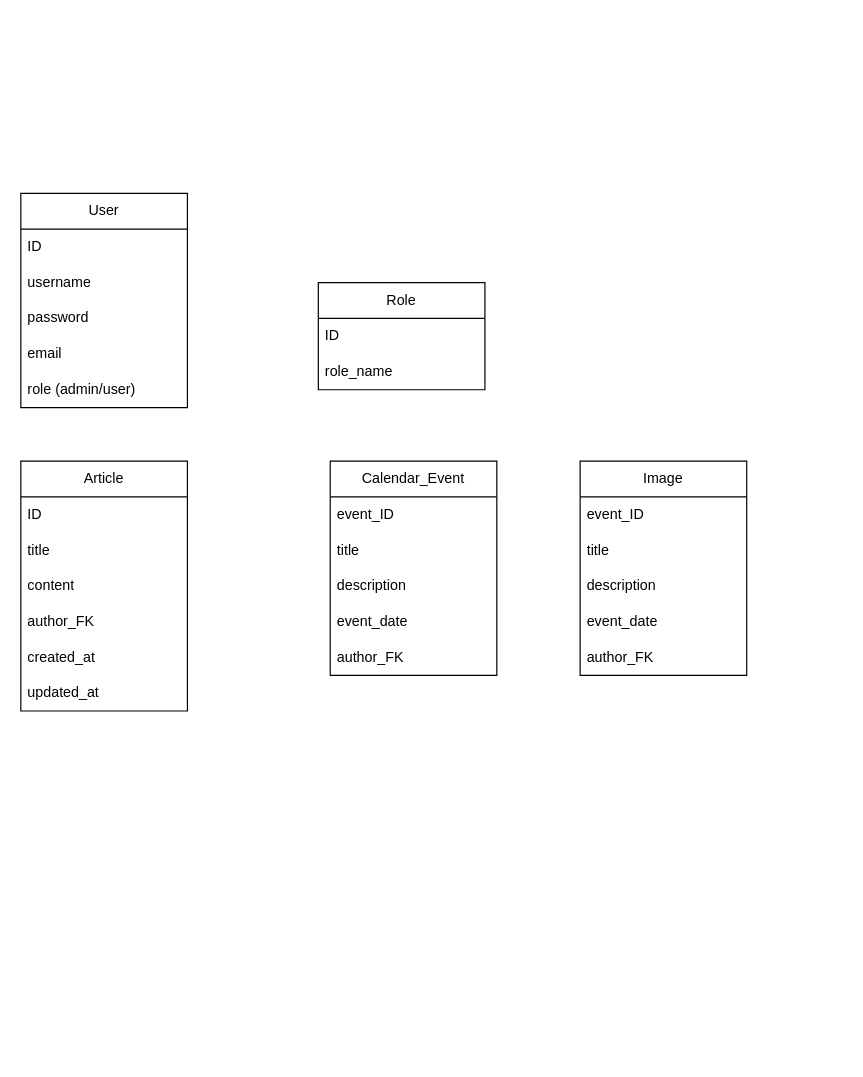
DanielFrengl/skola keeps this draw.io diagram as Diagram bez názvu.drawio. Above is the earlier version. Source tidied: cells renumbered, new cells numbered last; positions are measured from the earlier drawing's top-left corner, leaving out a move shared by most shapes. Both pictures are drawn from the tidied source at 119%, with x=0, y=0 at pixel (20, 193).
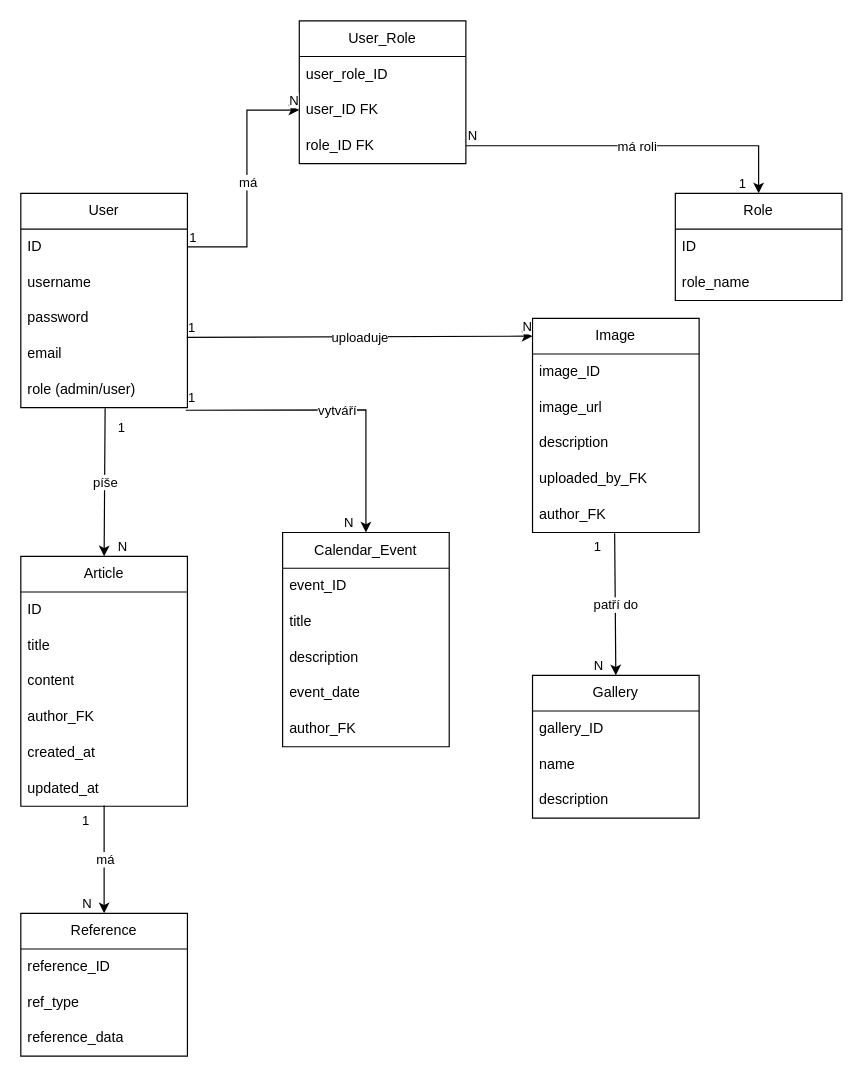
After the change.

The change refers to these unchanged cells:
```xml
<mxCell id="3" value="ID" style="text;strokeColor=none;fillColor=none;align=left;verticalAlign=middle;spacingLeft=4;spacingRight=4;overflow=hidden;points=[[0,0.5],[1,0.5]];portConstraint=eastwest;whiteSpace=wrap;html=1;" parent="2" vertex="1">
  <mxGeometry y="30" width="140" height="30" as="geometry" />
</mxCell>
<mxCell id="6" value="email" style="text;strokeColor=none;fillColor=none;align=left;verticalAlign=middle;spacingLeft=4;spacingRight=4;overflow=hidden;points=[[0,0.5],[1,0.5]];portConstraint=eastwest;whiteSpace=wrap;html=1;" parent="2" vertex="1">
  <mxGeometry y="120" width="140" height="30" as="geometry" />
</mxCell>
<mxCell id="7" value="role (admin/user)" style="text;strokeColor=none;fillColor=none;align=left;verticalAlign=middle;spacingLeft=4;spacingRight=4;overflow=hidden;points=[[0,0.5],[1,0.5]];portConstraint=eastwest;whiteSpace=wrap;html=1;" parent="2" vertex="1">
  <mxGeometry y="150" width="140" height="30" as="geometry" />
</mxCell>
<mxCell id="17" value="updated_at" style="text;strokeColor=none;fillColor=none;align=left;verticalAlign=middle;spacingLeft=4;spacingRight=4;overflow=hidden;points=[[0,0.5],[1,0.5]];portConstraint=eastwest;whiteSpace=wrap;html=1;" parent="11" vertex="1">
  <mxGeometry y="180" width="140" height="30" as="geometry" />
</mxCell>
<mxCell id="29" value="author_FK" style="text;strokeColor=none;fillColor=none;align=left;verticalAlign=middle;spacingLeft=4;spacingRight=4;overflow=hidden;points=[[0,0.5],[1,0.5]];portConstraint=eastwest;whiteSpace=wrap;html=1;" parent="24" vertex="1">
  <mxGeometry y="150" width="140" height="30" as="geometry" />
</mxCell>
```

Diff of the diagram source:
```diff
@@
     <mxCell id="8" value="Role" style="swimlane;fontStyle=0;horizontal=1;startSize=30;whiteSpace=wrap;html=1;" parent="1" vertex="1">
-      <mxGeometry x="250" y="75" width="140" height="90" as="geometry" />
+      <mxGeometry x="550" width="140" height="90" as="geometry" />
     </mxCell>
@@
     <mxCell id="11" value="Article" style="swimlane;fontStyle=0;horizontal=1;startSize=30;whiteSpace=wrap;html=1;" parent="1" vertex="1">
-      <mxGeometry y="225" width="140" height="210" as="geometry" />
+      <mxGeometry y="305" width="140" height="210" as="geometry" />
     </mxCell>
@@
     <mxCell id="18" value="Calendar_Event" style="swimlane;fontStyle=0;horizontal=1;startSize=30;whiteSpace=wrap;html=1;" parent="1" vertex="1">
-      <mxGeometry x="260" y="225" width="140" height="180" as="geometry" />
+      <mxGeometry x="220" y="285" width="140" height="180" as="geometry" />
     </mxCell>
@@
     <mxCell id="24" value="Image" style="swimlane;fontStyle=0;horizontal=1;startSize=30;whiteSpace=wrap;html=1;" parent="1" vertex="1">
-      <mxGeometry x="470" y="225" width="140" height="180" as="geometry" />
+      <mxGeometry x="430" y="105" width="140" height="180" as="geometry" />
     </mxCell>
-    <mxCell id="25" value="event_ID" style="text;strokeColor=none;fillColor=none;align=left;verticalAlign=middle;spacingLeft=4;spacingRight=4;overflow=hidden;whiteSpace=wrap;html=1;" parent="24" vertex="1">
+    <mxCell id="25" value="image_ID" style="text;strokeColor=none;fillColor=none;align=left;verticalAlign=middle;spacingLeft=4;spacingRight=4;overflow=hidden;whiteSpace=wrap;html=1;" parent="24" vertex="1">
       <mxGeometry y="30" width="140" height="30" as="geometry" />
     </mxCell>
-    <mxCell id="26" value="title" style="text;strokeColor=none;fillColor=none;align=left;verticalAlign=middle;spacingLeft=4;spacingRight=4;overflow=hidden;whiteSpace=wrap;html=1;" parent="24" vertex="1">
+    <mxCell id="26" value="image_url" style="text;strokeColor=none;fillColor=none;align=left;verticalAlign=middle;spacingLeft=4;spacingRight=4;overflow=hidden;whiteSpace=wrap;html=1;" parent="24" vertex="1">
       <mxGeometry y="60" width="140" height="30" as="geometry" />
     </mxCell>
@@
-    <mxCell id="28" value="event_date" style="text;strokeColor=none;fillColor=none;align=left;verticalAlign=middle;spacingLeft=4;spacingRight=4;overflow=hidden;whiteSpace=wrap;html=1;" parent="24" vertex="1">
+    <mxCell id="28" value="uploaded_by_FK" style="text;strokeColor=none;fillColor=none;align=left;verticalAlign=middle;spacingLeft=4;spacingRight=4;overflow=hidden;whiteSpace=wrap;html=1;" parent="24" vertex="1">
       <mxGeometry y="120" width="140" height="30" as="geometry" />
     </mxCell>
@@
+    <mxCell id="30" value="Gallery" style="swimlane;fontStyle=0;horizontal=1;startSize=30;whiteSpace=wrap;html=1;" parent="1" vertex="1">
+      <mxGeometry x="430" y="405" width="140" height="120" as="geometry" />
+    </mxCell>
+    <mxCell id="31" value="gallery_ID" style="text;strokeColor=none;fillColor=none;align=left;verticalAlign=middle;spacingLeft=4;spacingRight=4;overflow=hidden;whiteSpace=wrap;html=1;" parent="30" vertex="1">
+      <mxGeometry y="30" width="140" height="30" as="geometry" />
+    </mxCell>
+    <mxCell id="32" value="name" style="text;strokeColor=none;fillColor=none;align=left;verticalAlign=middle;spacingLeft=4;spacingRight=4;overflow=hidden;whiteSpace=wrap;html=1;" parent="30" vertex="1">
+      <mxGeometry y="60" width="140" height="30" as="geometry" />
+    </mxCell>
+    <mxCell id="33" value="description" style="text;strokeColor=none;fillColor=none;align=left;verticalAlign=middle;spacingLeft=4;spacingRight=4;overflow=hidden;whiteSpace=wrap;html=1;" parent="30" vertex="1">
+      <mxGeometry y="90" width="140" height="30" as="geometry" />
+    </mxCell>
+    <mxCell id="34" value="Reference" style="swimlane;fontStyle=0;horizontal=1;startSize=30;whiteSpace=wrap;html=1;" parent="1" vertex="1">
+      <mxGeometry y="605" width="140" height="120" as="geometry" />
+    </mxCell>
+    <mxCell id="35" value="reference_ID" style="text;strokeColor=none;fillColor=none;align=left;verticalAlign=middle;spacingLeft=4;spacingRight=4;overflow=hidden;whiteSpace=wrap;html=1;" parent="34" vertex="1">
+      <mxGeometry y="30" width="140" height="30" as="geometry" />
+    </mxCell>
+    <mxCell id="36" value="ref_type" style="text;strokeColor=none;fillColor=none;align=left;verticalAlign=middle;spacingLeft=4;spacingRight=4;overflow=hidden;whiteSpace=wrap;html=1;" parent="34" vertex="1">
+      <mxGeometry y="60" width="140" height="30" as="geometry" />
+    </mxCell>
+    <mxCell id="37" value="reference_data" style="text;strokeColor=none;fillColor=none;align=left;verticalAlign=middle;spacingLeft=4;spacingRight=4;overflow=hidden;whiteSpace=wrap;html=1;" parent="34" vertex="1">
+      <mxGeometry y="90" width="140" height="30" as="geometry" />
+    </mxCell>
+    <mxCell id="38" value="User_Role" style="swimlane;fontStyle=0;horizontal=1;startSize=30;whiteSpace=wrap;html=1;" parent="1" vertex="1">
+      <mxGeometry x="234" y="-145" width="140" height="120" as="geometry" />
+    </mxCell>
+    <mxCell id="39" value="user_role_ID" style="text;strokeColor=none;fillColor=none;align=left;verticalAlign=middle;spacingLeft=4;spacingRight=4;overflow=hidden;whiteSpace=wrap;html=1;" parent="38" vertex="1">
+      <mxGeometry y="30" width="140" height="30" as="geometry" />
+    </mxCell>
+    <mxCell id="40" value="user_ID FK" style="text;strokeColor=none;fillColor=none;align=left;verticalAlign=middle;spacingLeft=4;spacingRight=4;overflow=hidden;points=[[0,0.5],[1,0.5]];portConstraint=eastwest;whiteSpace=wrap;html=1;" parent="38" vertex="1">
+      <mxGeometry y="60" width="140" height="30" as="geometry" />
+    </mxCell>
+    <mxCell id="41" value="role_ID FK" style="text;strokeColor=none;fillColor=none;align=left;verticalAlign=middle;spacingLeft=4;spacingRight=4;overflow=hidden;points=[[0,0.5],[1,0.5]];portConstraint=eastwest;whiteSpace=wrap;html=1;" parent="38" vertex="1">
+      <mxGeometry y="90" width="140" height="30" as="geometry" />
+    </mxCell>
+    <mxCell id="42" style="endArrow=classic;html=1;rounded=0;entryX=0.5;entryY=0;entryDx=0;entryDy=0;exitX=1;exitY=0.5;exitDx=0;exitDy=0;" parent="1" edge="1" source="41" target="8">
+      <mxGeometry relative="1" as="geometry">
+        <Array as="points">
+          <mxPoint x="620" y="-40" />
+        </Array>
+      </mxGeometry>
+    </mxCell>
+    <mxCell id="43" value="má roli" style="edgeLabel;html=1;align=center;verticalAlign=middle;" parent="42" vertex="1">
+      <mxGeometry relative="1" as="geometry" />
+    </mxCell>
+    <mxCell id="44" value="N" style="edgeLabel;html=1;align=left;verticalAlign=bottom;" parent="42" vertex="1">
+      <mxGeometry x="-1" relative="1" as="geometry" />
+    </mxCell>
+    <mxCell id="45" value="1" style="edgeLabel;html=1;align=right;verticalAlign=bottom;" parent="42" vertex="1">
+      <mxGeometry x="1" relative="1" as="geometry">
+        <mxPoint x="-10" as="offset" />
+      </mxGeometry>
+    </mxCell>
+    <mxCell id="46" style="endArrow=classic;html=1;rounded=0;entryX=0.5;entryY=0;entryDx=0;entryDy=0;exitX=0.506;exitY=1.017;exitDx=0;exitDy=0;exitPerimeter=0;" parent="1" edge="1" source="7" target="11">
+      <mxGeometry relative="1" as="geometry" />
+    </mxCell>
+    <mxCell id="47" value="píše" style="edgeLabel;html=1;align=center;verticalAlign=middle;" parent="46" vertex="1">
+      <mxGeometry relative="1" as="geometry" />
+    </mxCell>
+    <mxCell id="48" value="1" style="edgeLabel;html=1;align=left;verticalAlign=bottom;" parent="46" vertex="1">
+      <mxGeometry x="-1" relative="1" as="geometry">
+        <mxPoint x="9" y="24" as="offset" />
+      </mxGeometry>
+    </mxCell>
+    <mxCell id="49" value="N" style="edgeLabel;html=1;align=right;verticalAlign=bottom;" parent="46" vertex="1">
+      <mxGeometry x="1" relative="1" as="geometry">
+        <mxPoint x="20" as="offset" />
+      </mxGeometry>
+    </mxCell>
+    <mxCell id="50" style="endArrow=classic;html=1;rounded=0;exitX=0.99;exitY=1.075;exitDx=0;exitDy=0;exitPerimeter=0;entryX=0.5;entryY=0;entryDx=0;entryDy=0;" parent="1" edge="1" source="7" target="18">
+      <mxGeometry relative="1" as="geometry">
+        <Array as="points">
+          <mxPoint x="290" y="182" />
+        </Array>
+      </mxGeometry>
+    </mxCell>
+    <mxCell id="51" value="vytváří" style="edgeLabel;html=1;align=center;verticalAlign=middle;" parent="50" vertex="1">
+      <mxGeometry relative="1" as="geometry" />
+    </mxCell>
+    <mxCell id="52" value="1" style="edgeLabel;html=1;align=left;verticalAlign=bottom;" parent="50" vertex="1">
+      <mxGeometry x="-1" relative="1" as="geometry">
+        <mxPoint y="-2" as="offset" />
+      </mxGeometry>
+    </mxCell>
+    <mxCell id="53" value="N" style="edgeLabel;html=1;align=right;verticalAlign=bottom;" parent="50" vertex="1">
+      <mxGeometry x="1" relative="1" as="geometry">
+        <mxPoint x="-10" as="offset" />
+      </mxGeometry>
+    </mxCell>
+    <mxCell id="54" style="endArrow=classic;html=1;rounded=0;entryX=0;entryY=0.5;entryDx=0;entryDy=0;exitX=0.996;exitY=0.034;exitDx=0;exitDy=0;exitPerimeter=0;" parent="1" edge="1" source="6">
+      <mxGeometry relative="1" as="geometry">
+        <mxPoint x="430" y="120" as="targetPoint" />
+      </mxGeometry>
+    </mxCell>
+    <mxCell id="55" value="uploaduje" style="edgeLabel;html=1;align=center;verticalAlign=middle;" parent="54" vertex="1">
+      <mxGeometry relative="1" as="geometry" />
+    </mxCell>
+    <mxCell id="56" value="1" style="edgeLabel;html=1;align=left;verticalAlign=bottom;" parent="54" vertex="1">
+      <mxGeometry x="-1" relative="1" as="geometry" />
+    </mxCell>
+    <mxCell id="57" value="N" style="edgeLabel;html=1;align=right;verticalAlign=bottom;" parent="54" vertex="1">
+      <mxGeometry x="1" relative="1" as="geometry" />
+    </mxCell>
+    <mxCell id="58" style="endArrow=classic;html=1;rounded=0;exitX=0.493;exitY=1.017;exitDx=0;exitDy=0;exitPerimeter=0;entryX=0.5;entryY=0;entryDx=0;entryDy=0;" parent="1" edge="1" source="29" target="30">
+      <mxGeometry relative="1" as="geometry" />
+    </mxCell>
+    <mxCell id="59" value="patří do" style="edgeLabel;html=1;align=center;verticalAlign=middle;" parent="58" vertex="1">
+      <mxGeometry relative="1" as="geometry" />
+    </mxCell>
+    <mxCell id="60" value="1" style="edgeLabel;html=1;align=left;verticalAlign=bottom;" parent="58" vertex="1">
+      <mxGeometry x="-1" relative="1" as="geometry">
+        <mxPoint x="-19" y="19" as="offset" />
+      </mxGeometry>
+    </mxCell>
+    <mxCell id="61" value="N" style="edgeLabel;html=1;align=right;verticalAlign=bottom;" parent="58" vertex="1">
+      <mxGeometry x="1" relative="1" as="geometry">
+        <mxPoint x="-10" as="offset" />
+      </mxGeometry>
+    </mxCell>
+    <mxCell id="62" style="endArrow=classic;html=1;rounded=0;exitX=0.5;exitY=0.983;exitDx=0;exitDy=0;exitPerimeter=0;entryX=0.5;entryY=0;entryDx=0;entryDy=0;" parent="1" edge="1" source="17" target="34">
+      <mxGeometry relative="1" as="geometry" />
+    </mxCell>
+    <mxCell id="63" value="má" style="edgeLabel;html=1;align=center;verticalAlign=middle;" parent="62" vertex="1">
+      <mxGeometry relative="1" as="geometry" />
+    </mxCell>
+    <mxCell id="64" value="1" style="edgeLabel;html=1;align=left;verticalAlign=bottom;" parent="62" vertex="1">
+      <mxGeometry x="-1" relative="1" as="geometry">
+        <mxPoint x="-20" y="21" as="offset" />
+      </mxGeometry>
+    </mxCell>
+    <mxCell id="65" value="N" style="edgeLabel;html=1;align=right;verticalAlign=bottom;" parent="62" vertex="1">
+      <mxGeometry x="1" relative="1" as="geometry">
+        <mxPoint x="-10" as="offset" />
+      </mxGeometry>
+    </mxCell>
+    <mxCell id="66" style="endArrow=classic;html=1;rounded=0;exitX=1;exitY=0.5;exitDx=0;exitDy=0;entryX=0;entryY=0.5;entryDx=0;entryDy=0;" parent="1" edge="1" source="3" target="40">
+      <mxGeometry relative="1" as="geometry">
+        <Array as="points">
+          <mxPoint x="190" y="45" />
+          <mxPoint x="190" y="-70" />
+        </Array>
+      </mxGeometry>
+    </mxCell>
+    <mxCell id="67" value="má" style="edgeLabel;html=1;align=center;verticalAlign=middle;" parent="66" vertex="1">
+      <mxGeometry relative="1" as="geometry" />
+    </mxCell>
+    <mxCell id="68" value="1" style="edgeLabel;html=1;align=left;verticalAlign=bottom;" parent="66" vertex="1">
+      <mxGeometry x="-1" relative="1" as="geometry" />
+    </mxCell>
+    <mxCell id="69" value="N" style="edgeLabel;html=1;align=right;verticalAlign=bottom;" parent="66" vertex="1">
+      <mxGeometry x="1" relative="1" as="geometry" />
+    </mxCell>
```
